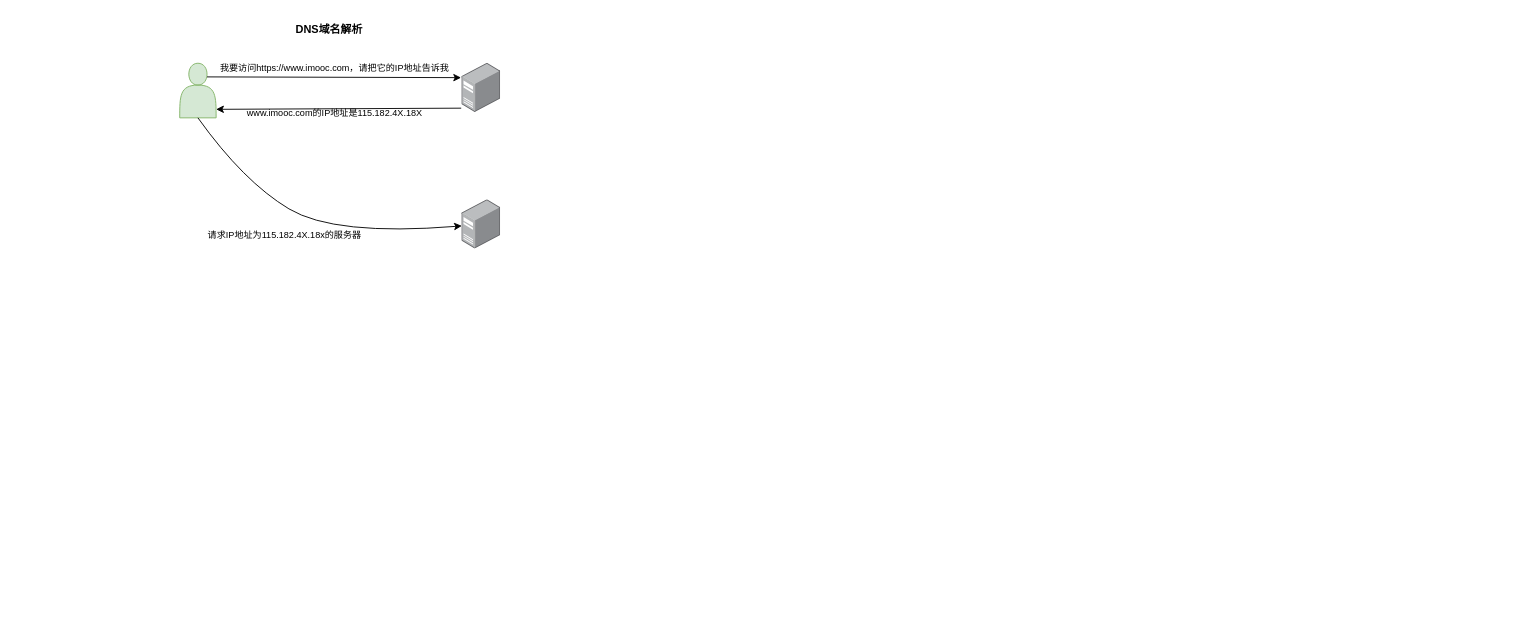
Before: page "网络-DNS域名解析" (3 of 3) of video/HTTP/慕课网《HTTP》.drawio in djsz3y/learning-notes, a draw.io diagram. Source tidied: cells renumbered, new cells numbered last; positions are measured from the earlier drawing's top-left corner, leaving out a move shared by most shapes. Both pictures are drawn from the tidied source at 91%, with x=0, y=0 at pixel (179, 15).
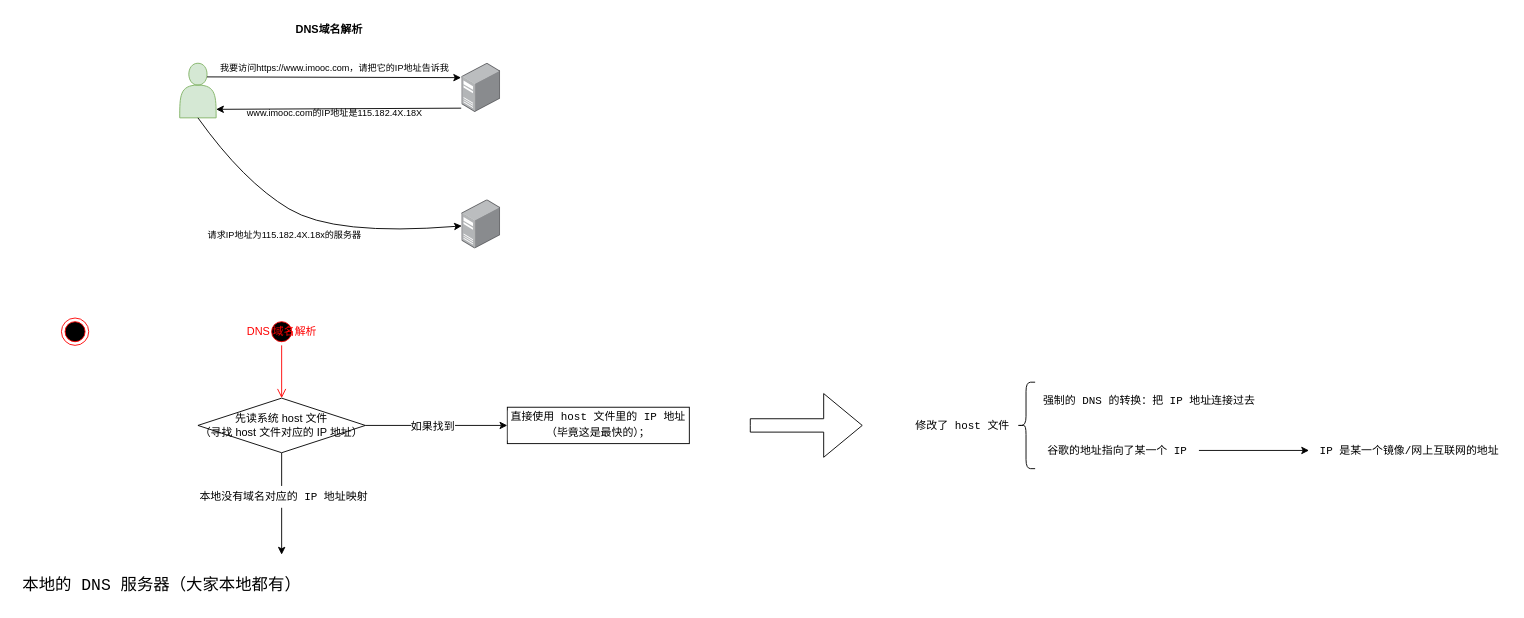
The same diagram, later.

Commit message (it also covers changes not shown here):
更新慕课网《HTTP》.drawio

The edit, as a diff of the source:
```diff
@@
+    <mxCell id="12" value="&lt;div style=&quot;background-color: rgb(255, 255, 255); font-family: Consolas, &amp;quot;Courier New&amp;quot;, monospace; font-size: 18px; line-height: 24px;&quot;&gt;&lt;br&gt;&lt;/div&gt;" style="text;html=1;align=center;verticalAlign=middle;strokeColor=none;fillColor=none;" parent="1" vertex="1">
+      <mxGeometry x="134" y="302" width="20" height="40" as="geometry" />
+    </mxCell>
+    <mxCell id="13" value="&lt;font color=&quot;#ff0000&quot;&gt;DNS 域名解析&lt;/font&gt;" style="ellipse;html=1;shape=startState;fillColor=#000000;strokeColor=#ff0000;" parent="1" vertex="1">
+      <mxGeometry x="97" y="332" width="30" height="30" as="geometry" />
+    </mxCell>
+    <mxCell id="14" style="edgeStyle=orthogonalEdgeStyle;html=1;verticalAlign=bottom;endArrow=open;endSize=8;strokeColor=#ff0000;rounded=0;entryX=0.5;entryY=0;entryDx=0;entryDy=0;" parent="1" edge="1" source="13" target="20">
+      <mxGeometry relative="1" as="geometry" />
+    </mxCell>
+    <mxCell id="15" style="ellipse;html=1;shape=endState;fillColor=#000000;strokeColor=#ff0000;" parent="1" vertex="1">
+      <mxGeometry x="-130" y="332" width="30" height="30" as="geometry" />
+    </mxCell>
+    <mxCell id="16" style="edgeStyle=orthogonalEdgeStyle;rounded=0;jettySize=auto;html=1;" parent="1" edge="1" source="20" target="21">
+      <mxGeometry relative="1" as="geometry" />
+    </mxCell>
+    <mxCell id="17" value="&lt;div style=&quot;font-family: Consolas, &amp;quot;Courier New&amp;quot;, monospace; font-size: 12px; line-height: 24px;&quot;&gt;如果找到&lt;/div&gt;" style="edgeLabel;html=1;align=center;verticalAlign=middle;fontSize=12;" parent="16" vertex="1">
+      <mxGeometry x="-0.07" y="-1" relative="1" as="geometry" />
+    </mxCell>
+    <mxCell id="18" style="edgeStyle=orthogonalEdgeStyle;rounded=0;jettySize=auto;html=1;" parent="1" edge="1" source="20">
+      <mxGeometry relative="1" as="geometry">
+        <mxPoint x="112" y="592" as="targetPoint" />
+      </mxGeometry>
+    </mxCell>
+    <mxCell id="19" value="&lt;div style=&quot;font-family: Consolas, &amp;quot;Courier New&amp;quot;, monospace; font-size: 12px; line-height: 24px;&quot;&gt;本地没有域名对应的 IP 地址映射&lt;/div&gt;" style="edgeLabel;html=1;align=center;verticalAlign=middle;fontSize=12;" parent="18" vertex="1">
+      <mxGeometry x="-0.16" y="1" relative="1" as="geometry" />
+    </mxCell>
+    <mxCell id="20" value="先读系统 host 文件&lt;br&gt;（寻找 host 文件对应的 IP 地址）" style="shape=rhombus;perimeter=rhombusPerimeter;whiteSpace=wrap;html=1;align=center;" parent="1" vertex="1">
+      <mxGeometry x="20" y="420" width="184" height="60" as="geometry" />
+    </mxCell>
+    <mxCell id="21" value="&lt;div style=&quot;background-color: rgb(255, 255, 255); font-family: Consolas, &amp;quot;Courier New&amp;quot;, monospace; line-height: 140%;&quot;&gt;&lt;font style=&quot;font-size: 12px;&quot;&gt;直接使用 host 文件里的 IP 地址（毕竟这是最快的）；&lt;/font&gt;&lt;/div&gt;" style="whiteSpace=wrap;html=1;align=center;" parent="1" vertex="1">
+      <mxGeometry x="360" y="430" width="200" height="40" as="geometry" />
+    </mxCell>
+    <mxCell id="22" value="&lt;div style=&quot;background-color: rgb(255, 255, 255); font-family: Consolas, &amp;quot;Courier New&amp;quot;, monospace; font-size: 12px; line-height: 24px;&quot;&gt;修改了 host 文件&lt;/div&gt;" style="text;html=1;align=center;verticalAlign=middle;strokeColor=none;fillColor=none;fontSize=12;" parent="1" vertex="1">
+      <mxGeometry x="800" y="430" width="120" height="40" as="geometry" />
+    </mxCell>
+    <mxCell id="23" style="edgeStyle=orthogonalEdgeStyle;rounded=0;jettySize=auto;html=1;fontSize=12;" parent="1" edge="1" source="24" target="25">
+      <mxGeometry relative="1" as="geometry" />
+    </mxCell>
+    <mxCell id="24" value="&lt;div style=&quot;background-color: rgb(255, 255, 255); font-family: Consolas, &amp;quot;Courier New&amp;quot;, monospace; font-size: 12px; line-height: 24px;&quot;&gt;谷歌的地址指向了某一个 IP&lt;/div&gt;" style="text;html=1;align=center;verticalAlign=middle;points=[];strokeColor=none;fillColor=none;fontSize=12;" parent="1" vertex="1">
+      <mxGeometry x="940" y="457.5" width="180" height="40" as="geometry" />
+    </mxCell>
+    <mxCell id="25" value="&lt;div style=&quot;background-color: rgb(255, 255, 255); font-family: Consolas, &amp;quot;Courier New&amp;quot;, monospace; font-size: 12px; line-height: 24px;&quot;&gt;&lt;div style=&quot;line-height: 24px; font-size: 12px;&quot;&gt;IP 是某一个镜像/网上互联网的地址&lt;/div&gt;&lt;/div&gt;" style="text;html=1;align=center;verticalAlign=middle;points=[];strokeColor=none;fillColor=none;fontSize=12;" parent="1" vertex="1">
+      <mxGeometry x="1241" y="457.5" width="220" height="40" as="geometry" />
+    </mxCell>
+    <mxCell id="26" value="&lt;div style=&quot;background-color: rgb(255, 255, 255); font-family: Consolas, &amp;quot;Courier New&amp;quot;, monospace; font-size: 12px; line-height: 24px;&quot;&gt;强制的 DNS 的转换：把 IP 地址连接过去&lt;/div&gt;" style="text;html=1;align=center;verticalAlign=middle;strokeColor=none;fillColor=none;fontSize=12;" parent="1" vertex="1">
+      <mxGeometry x="940" y="402.5" width="250" height="40" as="geometry" />
+    </mxCell>
+    <mxCell id="27" style="shape=curlyBracket;whiteSpace=wrap;html=1;rounded=1;labelPosition=left;verticalLabelPosition=middle;align=right;verticalAlign=middle;fontSize=12;" parent="1" vertex="1">
+      <mxGeometry x="920" y="402.5" width="20" height="95" as="geometry" />
+    </mxCell>
+    <mxCell id="28" style="html=1;shadow=0;dashed=0;align=center;verticalAlign=middle;shape=mxgraph.arrows2.arrow;dy=0.79;dx=42.35;direction=east;notch=0;" parent="1" vertex="1">
+      <mxGeometry x="627" y="415" width="123" height="70" as="geometry" />
+    </mxCell>
+    <mxCell id="29" value="&lt;div style=&quot;background-color: rgb(255, 255, 255); font-family: Consolas, &amp;quot;Courier New&amp;quot;, monospace; font-size: 18px; line-height: 24px;&quot;&gt;本地的 DNS 服务器（大家本地都有）&lt;/div&gt;" style="text;html=1;align=center;verticalAlign=middle;strokeColor=none;fillColor=none;" parent="1" vertex="1">
+      <mxGeometry x="-180" y="605" width="320" height="40" as="geometry" />
+    </mxCell>
```
